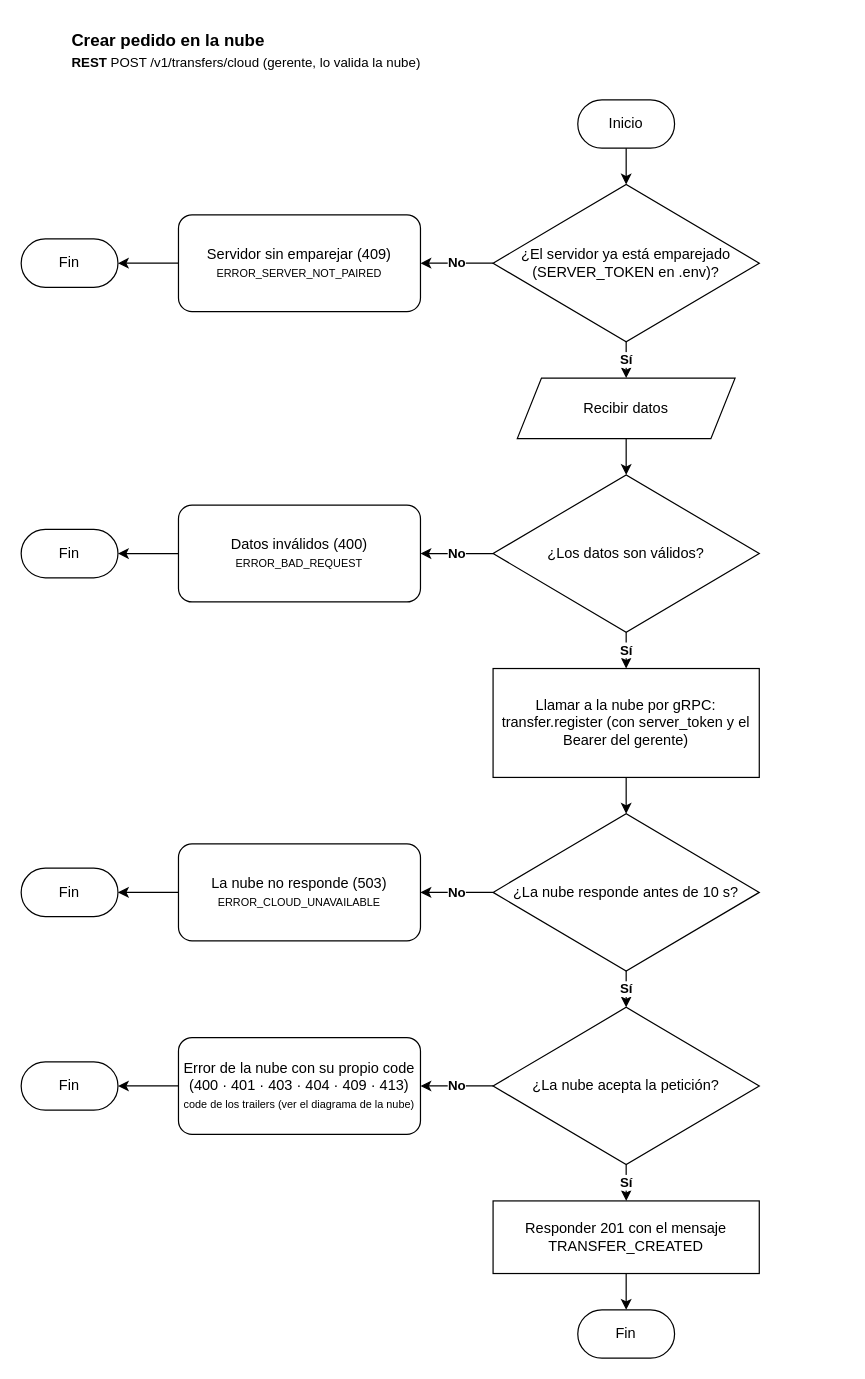
Above: documents/diagrams/workflows/transfer/cloud/register.drawio in Andry510/miyabi-restaurant-server (draw.io), before the change. Source tidied: cells renumbered, new cells numbered last; positions are measured from the earlier drawing's top-left corner, leaving out a move shared by most shapes. Both pictures are drawn from the tidied source at 121%, with x=0, y=0 at pixel (21, 21).
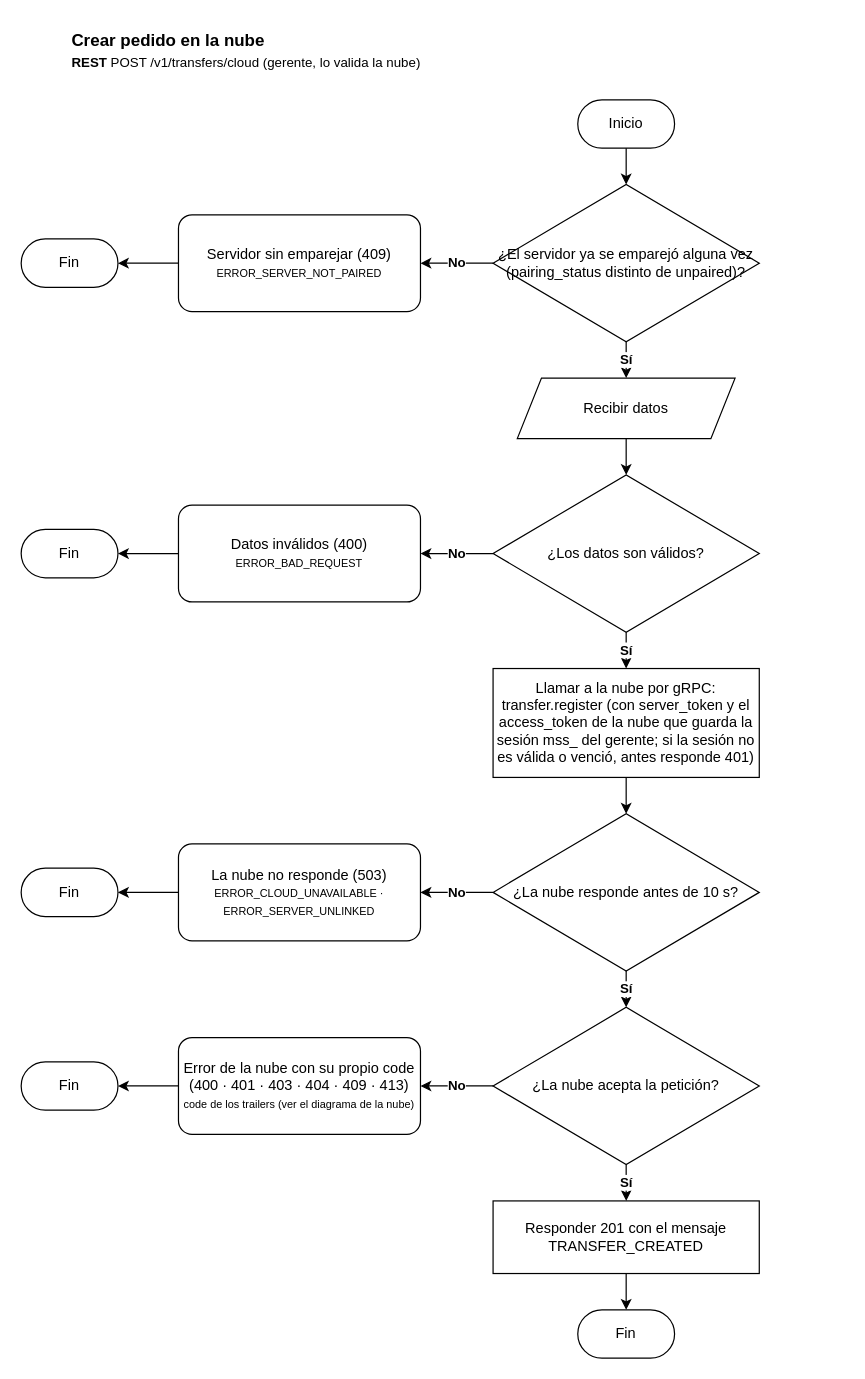
After the change.

Change to the diagram source:
```diff
@@
-    <mxCell id="4" value="¿El servidor ya está emparejado (SERVER_TOKEN en .env)?" style="rhombus;whiteSpace=wrap;html=1;rounded=1;arcSize=0;" parent="1" vertex="1">
+    <mxCell id="4" value="¿El servidor ya se emparejó alguna vez (pairing_status distinto de unpaired)?" style="rhombus;whiteSpace=wrap;html=1;rounded=1;arcSize=0;" parent="1" vertex="1">
       <mxGeometry x="390" y="135" width="220" height="130" as="geometry" />
     </mxCell>
@@
-    <mxCell id="18" value="Llamar a la nube por gRPC: transfer.register (con server_token y el Bearer del gerente)" style="rounded=0;whiteSpace=wrap;html=1;" parent="1" vertex="1">
+    <mxCell id="18" value="Llamar a la nube por gRPC: transfer.register (con server_token y el access_token de la nube que guarda la sesión mss_ del gerente; si la sesión no es válida o venció, antes responde 401)" style="rounded=0;whiteSpace=wrap;html=1;" parent="1" vertex="1">
       <mxGeometry x="390" y="535" width="220" height="90" as="geometry" />
     </mxCell>
@@
-    <mxCell id="22" value="La nube no responde (503)&lt;br&gt;&lt;font style=&quot;font-size: 9px;&quot;&gt;ERROR_CLOUD_UNAVAILABLE&lt;/font&gt;" style="rounded=1;whiteSpace=wrap;html=1;arcSize=14;" parent="1" vertex="1">
+    <mxCell id="22" value="La nube no responde (503)&lt;br&gt;&lt;font style=&quot;font-size: 9px;&quot;&gt;ERROR_CLOUD_UNAVAILABLE · ERROR_SERVER_UNLINKED&lt;/font&gt;" style="rounded=1;whiteSpace=wrap;html=1;arcSize=14;" parent="1" vertex="1">
       <mxGeometry x="130" y="680" width="200" height="80" as="geometry" />
     </mxCell>
```
